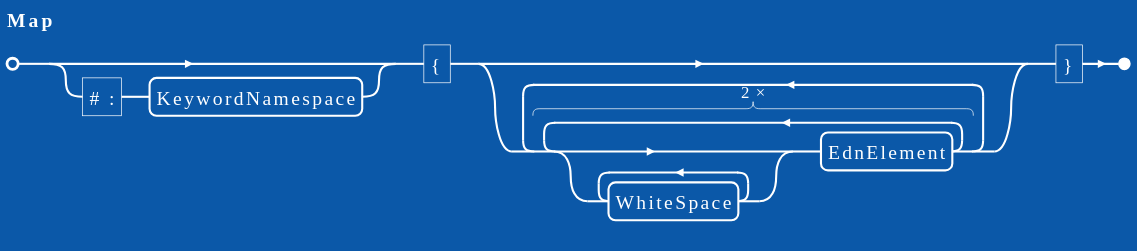
Before: docs/grammar/clojure.edn_namespaced_map_syntax_ebnf.svg, a diagram exported from PlantUML (DotFox/edn.c).
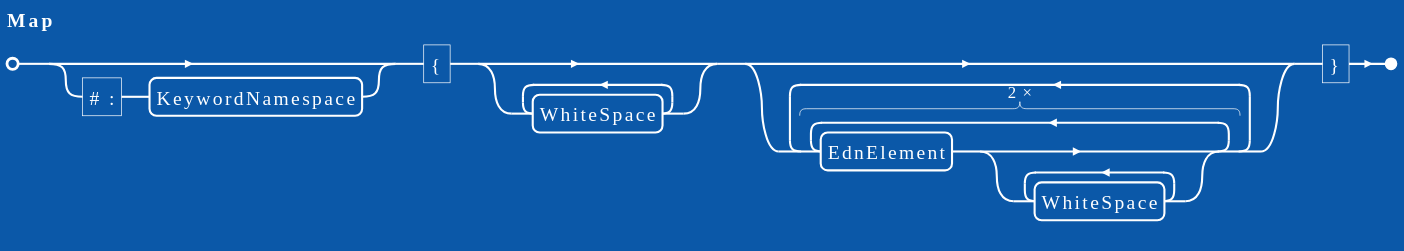
Above is the later version.

Change to the diagram source:
```diff
@@ -1,6 +1,6 @@
 @startebnf
 !theme amiga
 
-Map = [ "#:" , KeywordNamespace ] , "{" , { 2 * ( { WhiteSpace } , EdnElement ) } , "}" ;
+Map = [ "#:" , KeywordNamespace ] , "{" , { WhiteSpace } , { 2 * ( EdnElement , { WhiteSpace } ) } , "}" ;
 
 @endebnf
```
